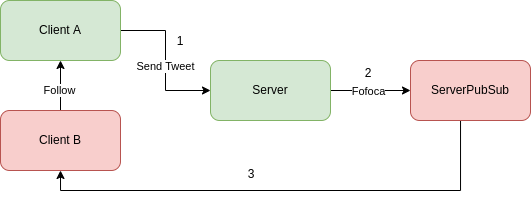
Earlier version of the draw.io export twitter/docs/twitter.drawio.png (HBNetwork/pds-microservicos). Source tidied: cells renumbered, new cells last; positions are measured from the earlier drawing's top-left corner, leaving out a move shared by most shapes. The source it was exported from:
```xml
<mxGraphModel>
  <root>
    <mxCell id="0" />
    <mxCell id="1" parent="0" />
    <mxCell id="2" style="edgeStyle=orthogonalEdgeStyle;rounded=0;jettySize=auto;html=1;" parent="1" edge="1" source="4" target="7">
      <mxGeometry relative="1" as="geometry" />
    </mxCell>
    <mxCell id="3" value="Send Tweet" style="edgeLabel;html=1;align=center;verticalAlign=middle;" parent="2" vertex="1">
      <mxGeometry x="0.08" relative="1" as="geometry" />
    </mxCell>
    <mxCell id="4" value="Client A" style="rounded=1;whiteSpace=wrap;html=1;fillColor=#d5e8d4;strokeColor=#82b366;" parent="1" vertex="1">
      <mxGeometry width="120" height="60" as="geometry" />
    </mxCell>
    <mxCell id="5" style="edgeStyle=orthogonalEdgeStyle;rounded=0;jettySize=auto;html=1;" parent="1" edge="1" source="7" target="12">
      <mxGeometry relative="1" as="geometry" />
    </mxCell>
    <mxCell id="6" value="Fofoca" style="edgeLabel;html=1;align=center;verticalAlign=middle;" parent="5" vertex="1">
      <mxGeometry x="-0.62" y="-1" relative="1" as="geometry">
        <mxPoint x="22" as="offset" />
      </mxGeometry>
    </mxCell>
    <mxCell id="7" value="Server" style="rounded=1;whiteSpace=wrap;html=1;fillColor=#d5e8d4;strokeColor=#82b366;" parent="1" vertex="1">
      <mxGeometry x="210" y="60" width="120" height="60" as="geometry" />
    </mxCell>
    <mxCell id="8" style="edgeStyle=orthogonalEdgeStyle;rounded=0;jettySize=auto;html=1;" parent="1" edge="1" source="10" target="4">
      <mxGeometry relative="1" as="geometry" />
    </mxCell>
    <mxCell id="9" value="Follow" style="edgeLabel;html=1;align=center;verticalAlign=middle;" parent="8" vertex="1">
      <mxGeometry x="-0.17" y="1" relative="1" as="geometry" />
    </mxCell>
    <mxCell id="10" value="Client B" style="rounded=1;whiteSpace=wrap;html=1;fillColor=#f8cecc;strokeColor=#b85450;" parent="1" vertex="1">
      <mxGeometry y="110" width="120" height="60" as="geometry" />
    </mxCell>
    <mxCell id="11" style="edgeStyle=orthogonalEdgeStyle;rounded=0;jettySize=auto;html=1;entryX=0.5;entryY=1;entryDx=0;entryDy=0;" parent="1" edge="1" source="12" target="10">
      <mxGeometry relative="1" as="geometry">
        <Array as="points">
          <mxPoint x="460" y="190" />
          <mxPoint x="60" y="190" />
        </Array>
      </mxGeometry>
    </mxCell>
    <mxCell id="12" value="ServerPubSub" style="rounded=1;whiteSpace=wrap;html=1;fillColor=#f8cecc;strokeColor=#b85450;" parent="1" vertex="1">
      <mxGeometry x="410" y="60" width="120" height="60" as="geometry" />
    </mxCell>
    <mxCell id="13" value="1" style="text;html=1;strokeColor=none;fillColor=none;align=center;verticalAlign=middle;whiteSpace=wrap;rounded=0;" parent="1" vertex="1">
      <mxGeometry x="150" y="26" width="60" height="30" as="geometry" />
    </mxCell>
    <mxCell id="14" value="2" style="text;html=1;strokeColor=none;fillColor=none;align=center;verticalAlign=middle;whiteSpace=wrap;rounded=0;" parent="1" vertex="1">
      <mxGeometry x="353" y="63" width="30" height="20" as="geometry" />
    </mxCell>
    <mxCell id="15" value="3" style="text;html=1;strokeColor=none;fillColor=none;align=center;verticalAlign=middle;whiteSpace=wrap;rounded=0;" parent="1" vertex="1">
      <mxGeometry x="221" y="159" width="60" height="30" as="geometry" />
    </mxCell>
  </root>
</mxGraphModel>
```
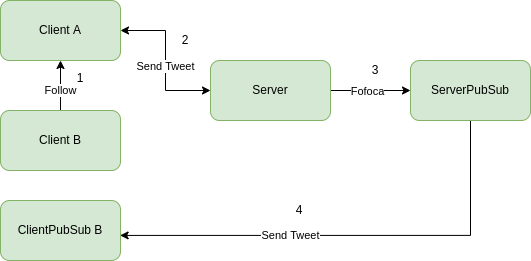
Above is the later version.

Change to the diagram source:
```diff
@@ -2,7 +2,7 @@
   <root>
     <mxCell id="0" />
     <mxCell id="1" parent="0" />
-    <mxCell id="2" style="edgeStyle=orthogonalEdgeStyle;rounded=0;jettySize=auto;html=1;" parent="1" edge="1" source="4" target="7">
+    <mxCell id="2" style="edgeStyle=orthogonalEdgeStyle;rounded=0;jettySize=auto;html=1;startArrow=classic;startFill=1;" parent="1" edge="1" source="4" target="7">
       <mxGeometry relative="1" as="geometry" />
     </mxCell>
     <mxCell id="3" value="Send Tweet" style="edgeLabel;html=1;align=center;verticalAlign=middle;" parent="2" vertex="1">
@@ -22,34 +22,46 @@
     <mxCell id="7" value="Server" style="rounded=1;whiteSpace=wrap;html=1;fillColor=#d5e8d4;strokeColor=#82b366;" parent="1" vertex="1">
       <mxGeometry x="210" y="60" width="120" height="60" as="geometry" />
     </mxCell>
-    <mxCell id="8" style="edgeStyle=orthogonalEdgeStyle;rounded=0;jettySize=auto;html=1;" parent="1" edge="1" source="10" target="4">
-      <mxGeometry relative="1" as="geometry" />
-    </mxCell>
-    <mxCell id="9" value="Follow" style="edgeLabel;html=1;align=center;verticalAlign=middle;" parent="8" vertex="1">
-      <mxGeometry x="-0.17" y="1" relative="1" as="geometry" />
-    </mxCell>
-    <mxCell id="10" value="Client B" style="rounded=1;whiteSpace=wrap;html=1;fillColor=#f8cecc;strokeColor=#b85450;" parent="1" vertex="1">
-      <mxGeometry y="110" width="120" height="60" as="geometry" />
+    <mxCell id="10" value="ClientPubSub B" style="rounded=1;whiteSpace=wrap;html=1;fillColor=#d5e8d4;strokeColor=#82b366;" parent="1" vertex="1">
+      <mxGeometry y="200" width="120" height="60" as="geometry" />
     </mxCell>
-    <mxCell id="11" style="edgeStyle=orthogonalEdgeStyle;rounded=0;jettySize=auto;html=1;entryX=0.5;entryY=1;entryDx=0;entryDy=0;" parent="1" edge="1" source="12" target="10">
+    <mxCell id="11" style="edgeStyle=orthogonalEdgeStyle;rounded=0;jettySize=auto;html=1;entryX=0.997;entryY=0.582;entryDx=0;entryDy=0;entryPerimeter=0;startArrow=none;startFill=0;" parent="1" edge="1" source="12" target="10">
       <mxGeometry relative="1" as="geometry">
         <Array as="points">
-          <mxPoint x="460" y="190" />
-          <mxPoint x="60" y="190" />
+          <mxPoint x="470" y="235" />
         </Array>
       </mxGeometry>
     </mxCell>
+    <mxCell id="16" value="Send Tweet" style="edgeLabel;html=1;align=center;verticalAlign=middle;" parent="11" vertex="1">
+      <mxGeometry x="0.35" relative="1" as="geometry">
+        <mxPoint x="19" as="offset" />
+      </mxGeometry>
+    </mxCell>
-    <mxCell id="12" value="ServerPubSub" style="rounded=1;whiteSpace=wrap;html=1;fillColor=#f8cecc;strokeColor=#b85450;" parent="1" vertex="1">
+    <mxCell id="12" value="ServerPubSub" style="rounded=1;whiteSpace=wrap;html=1;fillColor=#d5e8d4;strokeColor=#82b366;" parent="1" vertex="1">
       <mxGeometry x="410" y="60" width="120" height="60" as="geometry" />
     </mxCell>
     <mxCell id="13" value="1" style="text;html=1;strokeColor=none;fillColor=none;align=center;verticalAlign=middle;whiteSpace=wrap;rounded=0;" parent="1" vertex="1">
-      <mxGeometry x="150" y="26" width="60" height="30" as="geometry" />
+      <mxGeometry x="70" y="63" width="20" height="30" as="geometry" />
     </mxCell>
     <mxCell id="14" value="2" style="text;html=1;strokeColor=none;fillColor=none;align=center;verticalAlign=middle;whiteSpace=wrap;rounded=0;" parent="1" vertex="1">
-      <mxGeometry x="353" y="63" width="30" height="20" as="geometry" />
+      <mxGeometry x="170" y="30" width="30" height="20" as="geometry" />
     </mxCell>
+    <mxCell id="17" style="edgeStyle=orthogonalEdgeStyle;rounded=0;jettySize=auto;html=1;startArrow=none;startFill=0;" parent="1" edge="1" source="18" target="4">
+      <mxGeometry relative="1" as="geometry" />
+    </mxCell>
+    <mxCell id="9" value="Follow" style="edgeLabel;html=1;align=center;verticalAlign=middle;" parent="17" vertex="1">
+      <mxGeometry x="0.13" y="1" relative="1" as="geometry">
+        <mxPoint x="1" y="8" as="offset" />
+      </mxGeometry>
+    </mxCell>
+    <mxCell id="18" value="Client B" style="rounded=1;whiteSpace=wrap;html=1;fillColor=#d5e8d4;strokeColor=#82b366;" parent="1" vertex="1">
+      <mxGeometry y="110" width="120" height="60" as="geometry" />
+    </mxCell>
     <mxCell id="15" value="3" style="text;html=1;strokeColor=none;fillColor=none;align=center;verticalAlign=middle;whiteSpace=wrap;rounded=0;" parent="1" vertex="1">
-      <mxGeometry x="221" y="159" width="60" height="30" as="geometry" />
+      <mxGeometry x="360" y="60" width="30" height="20" as="geometry" />
     </mxCell>
+    <mxCell id="19" value="4" style="text;html=1;strokeColor=none;fillColor=none;align=center;verticalAlign=middle;whiteSpace=wrap;rounded=0;" parent="1" vertex="1">
+      <mxGeometry x="284" y="200" width="30" height="20" as="geometry" />
+    </mxCell>
   </root>
 </mxGraphModel>
```
